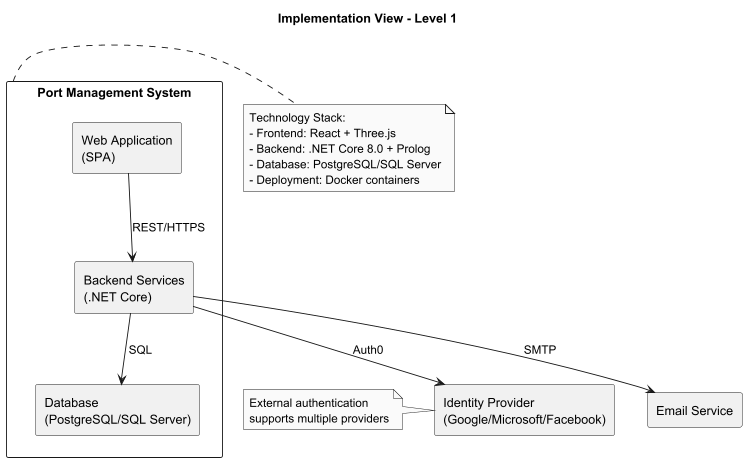
Earlier version of the PlantUML export docs/PNG/implementation01.png (adampawelka/PortManagement).
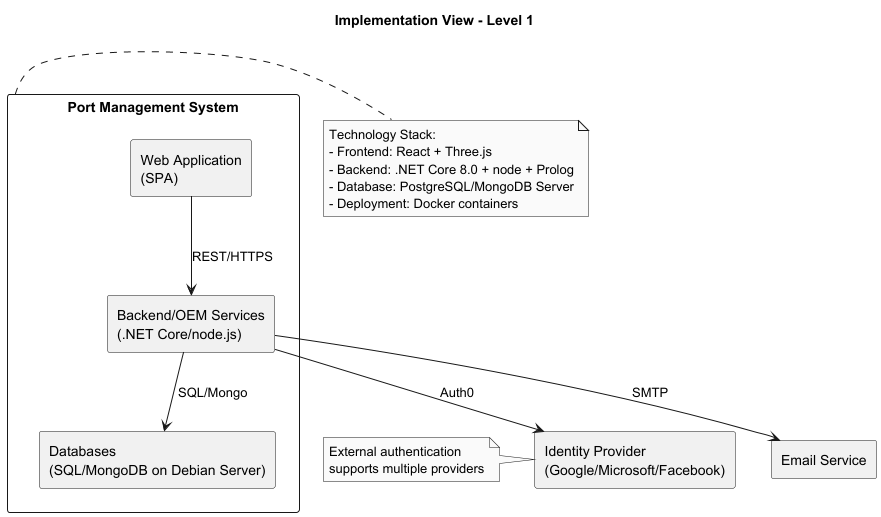
After the change.

Diff of the diagram source:
```diff
@@ -7,11 +7,11 @@
 
 rectangle "Port Management System" as PMS {
   [Web Application\n(SPA)] as SPA
-  [Backend Services\n(.NET Core)] as Backend
-  [Database\n(PostgreSQL/SQL Server)] as DB
+  [Backend/OEM Services\n(.NET Core/node.js)] as Backend
+  [Databases\n(SQL/MongoDB on Debian Server)] as DB
 
   SPA -down-> Backend : REST/HTTPS
-  Backend -down-> DB : SQL
+  Backend -down-> DB : SQL/Mongo
 }
 
 rectangle "Identity Provider\n(Google/Microsoft/Facebook)" as IDP
@@ -24,8 +24,8 @@
 note right of PMS
   Technology Stack:
   - Frontend: React + Three.js
-  - Backend: .NET Core 8.0 + Prolog
-  - Database: PostgreSQL/SQL Server
+  - Backend: .NET Core 8.0 + node + Prolog
+  - Database: PostgreSQL/MongoDB Server
   - Deployment: Docker containers
 end note
 
```
